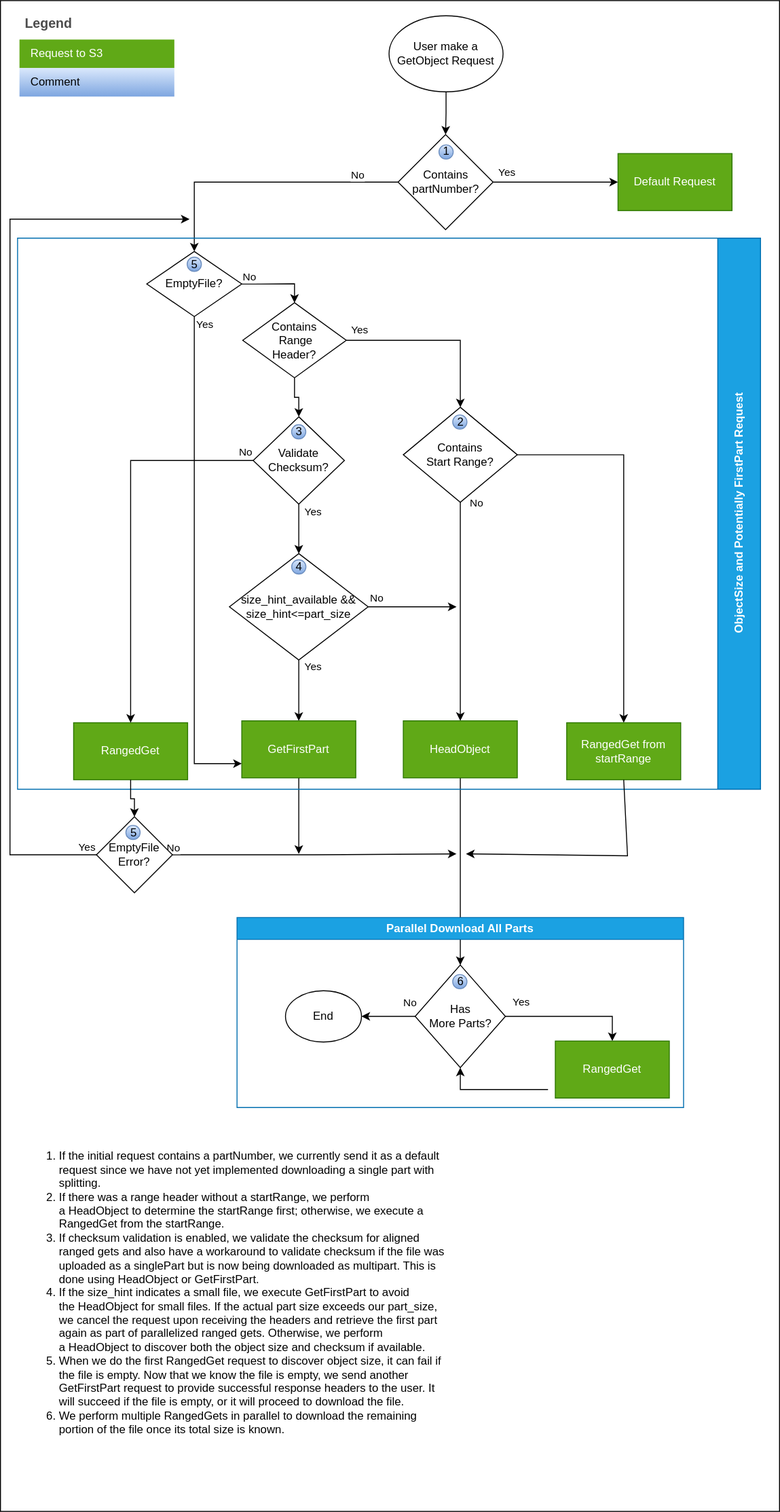
awslabs/aws-c-s3 keeps this draw.io diagram as docs/images/GetObjectFlow.svg. Above is the earlier version. Source tidied: cells renumbered, new cells last; positions are measured from the earlier drawing's top-left corner, leaving out a move shared by most shapes.
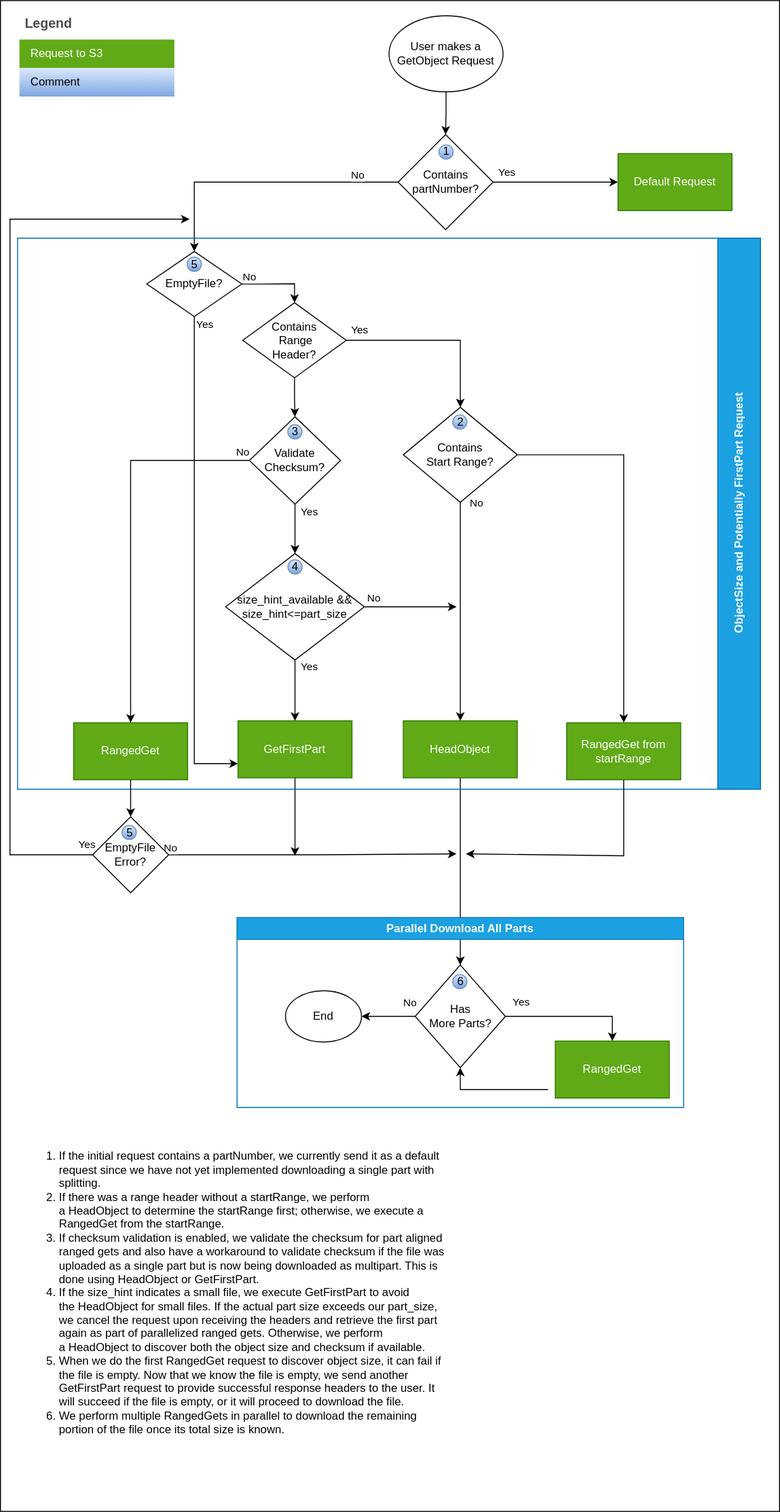
Later version of the same file.

Diff of the diagram source:
```diff
@@ -8,7 +8,7 @@
     <mxCell id="3" style="edgeStyle=orthogonalEdgeStyle;rounded=0;jettySize=auto;html=1;entryX=0.5;entryY=0;entryDx=0;entryDy=0;exitX=0.5;exitY=1;exitDx=0;exitDy=0;" parent="1" edge="1" source="4" target="51">
       <mxGeometry relative="1" as="geometry" />
     </mxCell>
-    <mxCell id="4" value="User make a GetObject Request" style="ellipse;whiteSpace=wrap;html=1;" parent="1" vertex="1">
+    <mxCell id="4" value="User makes a GetObject Request" style="ellipse;whiteSpace=wrap;html=1;" parent="1" vertex="1">
       <mxGeometry x="409" y="16" width="120" height="80" as="geometry" />
     </mxCell>
     <mxCell id="5" style="edgeStyle=orthogonalEdgeStyle;rounded=0;jettySize=auto;html=1;entryX=0.5;entryY=0;entryDx=0;entryDy=0;" parent="1" edge="1" source="51" target="31">
@@ -78,13 +78,13 @@
     <mxCell id="21" value="HeadObject" style="rounded=0;whiteSpace=wrap;html=1;fillColor=#60a917;fontColor=#ffffff;strokeColor=#2D7600;enumerate=0;enumerateValue=4;" parent="1" vertex="1">
       <mxGeometry x="424" y="758" width="120" height="60" as="geometry" />
     </mxCell>
-    <mxCell id="22" style="edgeStyle=orthogonalEdgeStyle;rounded=0;jettySize=auto;html=1;" parent="1" edge="1" source="23">
-      <mxGeometry relative="1" as="geometry">
-        <mxPoint x="314" y="898" as="targetPoint" />
-      </mxGeometry>
-    </mxCell>
+    <mxCell id="77" style="edgeStyle=orthogonalEdgeStyle;rounded=0;jettySize=auto;html=1;" parent="1" edge="1" source="23">
+      <mxGeometry relative="1" as="geometry">
+        <mxPoint x="310" y="900" as="targetPoint" />
+      </mxGeometry>
+    </mxCell>
     <mxCell id="23" value="GetFirstPart" style="rounded=0;whiteSpace=wrap;html=1;fillColor=#60a917;fontColor=#ffffff;strokeColor=#2D7600;enumerate=0;enumerateValue=3;" parent="1" vertex="1">
-      <mxGeometry x="254" y="758" width="120" height="60" as="geometry" />
+      <mxGeometry x="250" y="758" width="120" height="60" as="geometry" />
     </mxCell>
     <mxCell id="24" style="edgeStyle=orthogonalEdgeStyle;rounded=0;jettySize=auto;html=1;exitX=1;exitY=0.5;exitDx=0;exitDy=0;" parent="1" edge="1" source="60">
       <mxGeometry relative="1" as="geometry">
@@ -156,19 +156,19 @@
     <mxCell id="43" value="End" style="ellipse;whiteSpace=wrap;html=1;" parent="35" vertex="1">
       <mxGeometry x="51" y="77" width="80" height="54" as="geometry" />
     </mxCell>
-    <mxCell id="44" value="&lt;ol&gt;&lt;li style=&quot;&quot;&gt;If the initial request contains a partNumber, we currently send it as a default request since we have not yet implemented downloading a single part with splitting.&lt;/li&gt;&lt;li style=&quot;&quot;&gt;If there was a range header without a startRange, we perform a&amp;nbsp;HeadObject&amp;nbsp;to determine the startRange first; otherwise, we execute a RangedGet from the startRange.&lt;/li&gt;&lt;li style=&quot;&quot;&gt;If checksum validation is enabled, we validate the checksum for aligned ranged gets and also have a workaround to validate checksum if the file was uploaded as a singlePart but is now being downloaded as multipart. This is done using&amp;nbsp;HeadObject&amp;nbsp;or GetFirstPart.&lt;br&gt;&lt;/li&gt;&lt;li style=&quot;&quot;&gt;If the size_hint indicates a small file, we execute GetFirstPart to avoid the&amp;nbsp;HeadObject&amp;nbsp;for small files. If the actual part size exceeds our part_size, we cancel the request upon receiving the headers and retrieve the first part again as part of parallelized ranged gets. Otherwise, we perform a&amp;nbsp;HeadObject&amp;nbsp;to discover both the object size and checksum if available.&lt;/li&gt;&lt;li style=&quot;&quot;&gt;When we do the first RangedGet request to discover object size, it can fail if the file is empty. Now that we know the file is empty, we send another GetFirstPart request to provide successful response headers to the user. It will succeed if the file is empty, or it will proceed to download the file.&lt;br&gt;&lt;/li&gt;&lt;li style=&quot;&quot;&gt;We perform multiple RangedGets in parallel to download the remaining portion of the file once its total size is known.&lt;br&gt;&lt;/li&gt;&lt;/ol&gt;" style="text;strokeColor=none;fillColor=none;html=1;whiteSpace=wrap;verticalAlign=middle;overflow=hidden;align=left;labelPosition=center;verticalLabelPosition=middle;" parent="1" vertex="1">
+    <mxCell id="44" value="&lt;ol&gt;&lt;li style=&quot;&quot;&gt;If the initial request contains a partNumber, we currently send it as a default request since we have not yet implemented downloading a single part with splitting.&lt;/li&gt;&lt;li style=&quot;&quot;&gt;If there was a range header without a startRange, we perform a&amp;nbsp;HeadObject&amp;nbsp;to determine the startRange first; otherwise, we execute a RangedGet from the startRange.&lt;/li&gt;&lt;li style=&quot;&quot;&gt;If checksum validation is enabled, we validate the checksum for part aligned ranged gets and also have a workaround to validate checksum if the file was uploaded as a single part but is now being downloaded as multipart. This is done using&amp;nbsp;HeadObject&amp;nbsp;or GetFirstPart.&lt;br&gt;&lt;/li&gt;&lt;li style=&quot;&quot;&gt;If the size_hint indicates a small file, we execute GetFirstPart to avoid the&amp;nbsp;HeadObject&amp;nbsp;for small files. If the actual part size exceeds our part_size, we cancel the request upon receiving the headers and retrieve the first part again as part of parallelized ranged gets. Otherwise, we perform a&amp;nbsp;HeadObject&amp;nbsp;to discover both the object size and checksum if available.&lt;/li&gt;&lt;li style=&quot;&quot;&gt;When we do the first RangedGet request to discover object size, it can fail if the file is empty. Now that we know the file is empty, we send another GetFirstPart request to provide successful response headers to the user. It will succeed if the file is empty, or it will proceed to download the file.&lt;br&gt;&lt;/li&gt;&lt;li style=&quot;&quot;&gt;We perform multiple RangedGets in parallel to download the remaining portion of the file once its total size is known.&lt;br&gt;&lt;/li&gt;&lt;/ol&gt;" style="text;strokeColor=none;fillColor=none;html=1;whiteSpace=wrap;verticalAlign=middle;overflow=hidden;align=left;labelPosition=center;verticalLabelPosition=middle;" parent="1" vertex="1">
       <mxGeometry x="20" y="1190" width="450" height="340" as="geometry" />
     </mxCell>
     <mxCell id="45" style="endArrow=classic;html=1;rounded=0;exitX=0.5;exitY=1;exitDx=0;exitDy=0;" parent="1" edge="1" source="33">
       <mxGeometry relative="1" as="geometry">
         <mxPoint x="490" y="898" as="targetPoint" />
         <Array as="points">
-          <mxPoint x="660" y="900" />
+          <mxPoint x="656" y="900" />
         </Array>
       </mxGeometry>
     </mxCell>
     <mxCell id="46" style="group;" parent="1" vertex="1">
-      <mxGeometry x="241" y="582" width="146" height="112" as="geometry" />
+      <mxGeometry x="237" y="582" width="146" height="112" as="geometry" />
     </mxCell>
     <mxCell id="47" value="size_hint_available &amp;amp;&amp;amp; &lt;br&gt;size_hint&amp;lt;=part_size" style="rhombus;whiteSpace=wrap;html=1;enumerate=0;enumerateValue=4;" parent="46" vertex="1">
       <mxGeometry width="146" height="112" as="geometry" />
@@ -189,7 +189,7 @@
       <mxGeometry x="43" y="10.8" width="15" height="15" as="geometry" />
     </mxCell>
     <mxCell id="53" style="group;" parent="1" vertex="1">
-      <mxGeometry x="266" y="438" width="96" height="92" as="geometry" />
+      <mxGeometry x="262" y="438" width="96" height="92" as="geometry" />
     </mxCell>
     <mxCell id="54" value="Validate Checksum?" style="rhombus;whiteSpace=wrap;html=1;" parent="53" vertex="1">
       <mxGeometry width="96" height="92" as="geometry" />
@@ -207,7 +207,7 @@
       <mxGeometry x="52" y="8" width="15" height="15" as="geometry" />
     </mxCell>
     <mxCell id="59" style="group;" parent="1" vertex="1">
-      <mxGeometry x="101" y="859" width="80" height="80" as="geometry" />
+      <mxGeometry x="97" y="859" width="80" height="80" as="geometry" />
     </mxCell>
     <mxCell id="60" value="EmptyFile&lt;br&gt;Error?" style="rhombus;whiteSpace=wrap;html=1;" parent="59" vertex="1">
       <mxGeometry width="80" height="80" as="geometry" />
```
